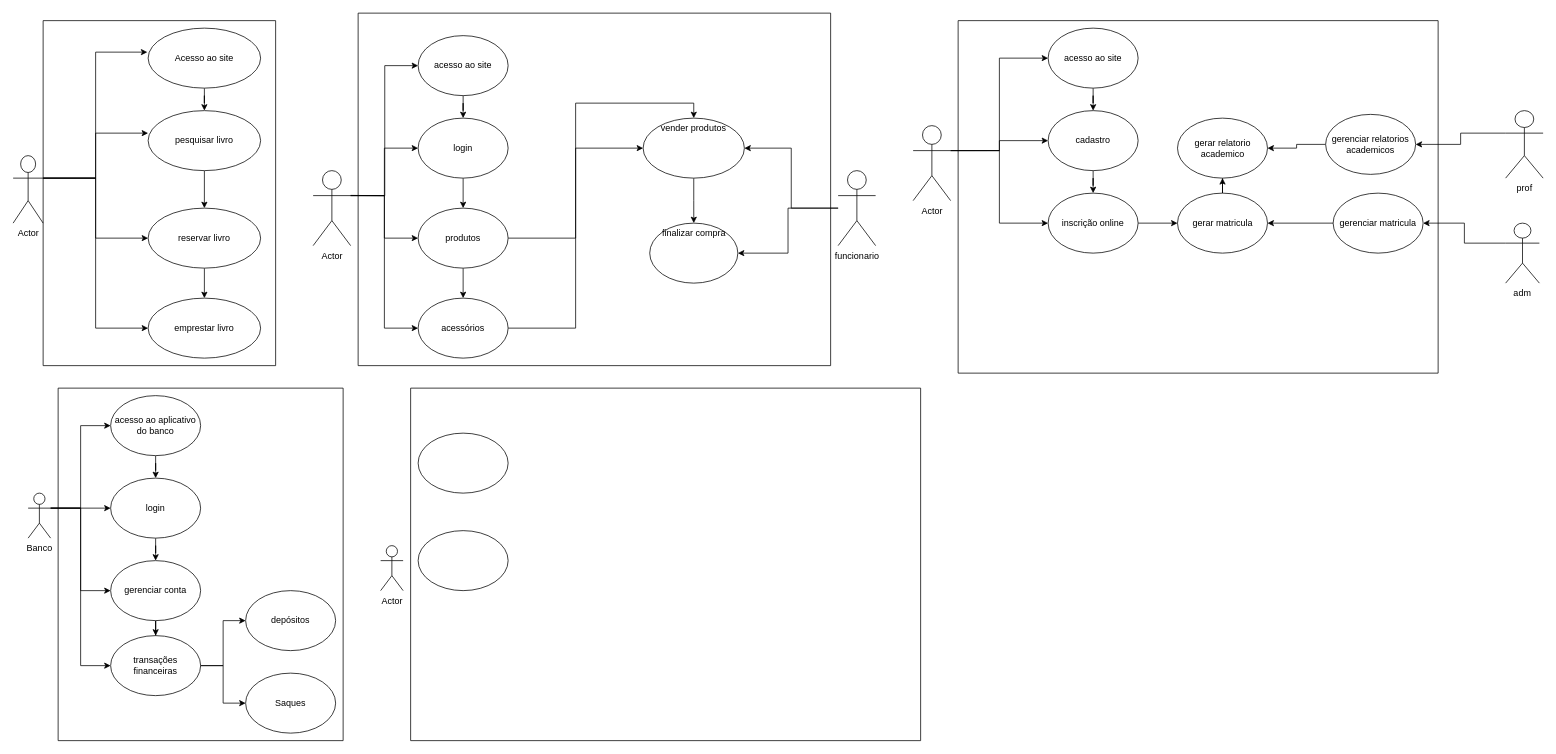
This is Diagrama sem nome.drawio from mthzn22/aulaBootstrap, a draw.io file, before an edit. Source tidied: cells renumbered, new cells numbered last; positions are measured from the earlier drawing's top-left corner, leaving out a move shared by most shapes. Both pictures are drawn from the tidied source at 75%, with x=0, y=0 at pixel (13, 13).
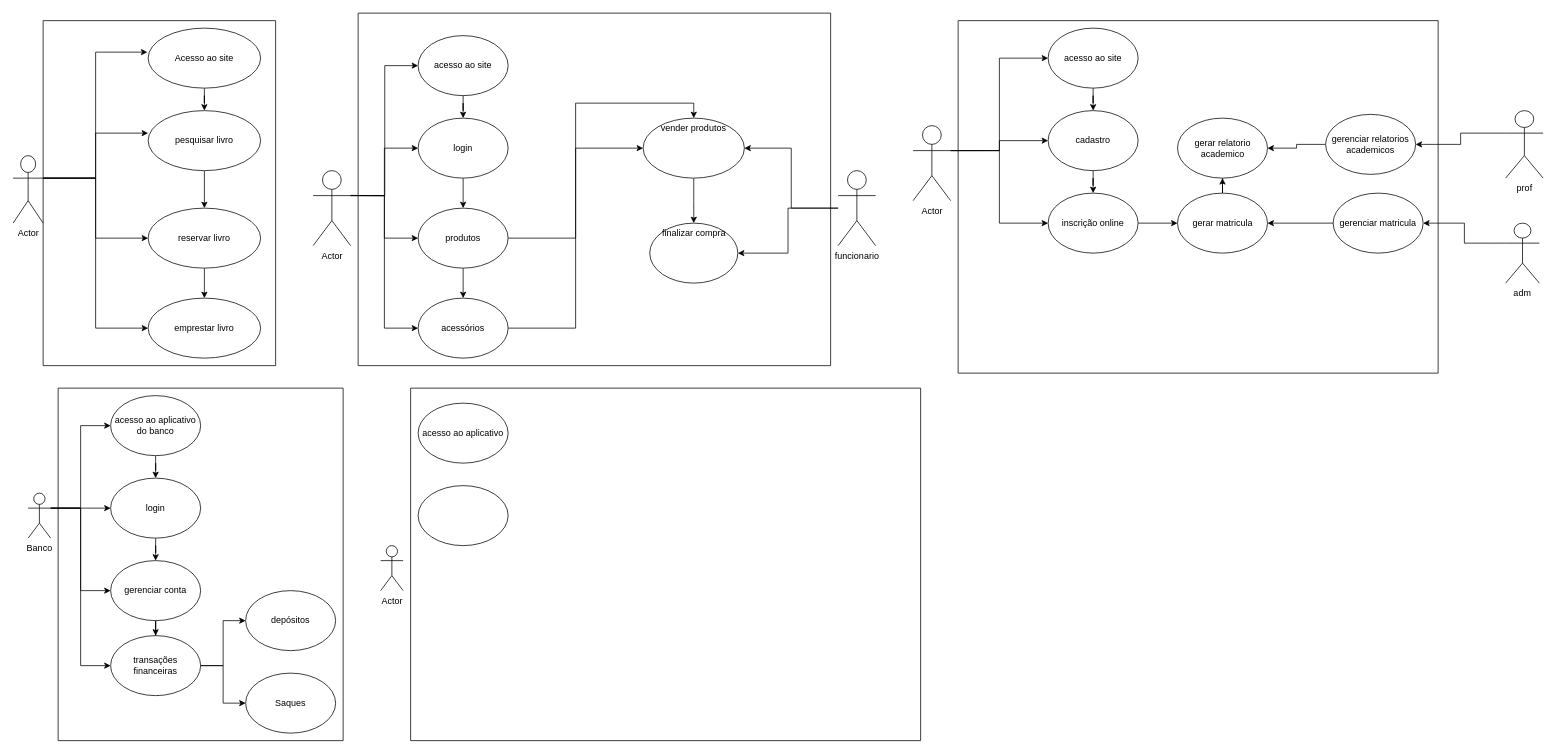
Above is the later version.

The change refers to these unchanged cells:
```xml
<mxCell id="76" style="swimlane;startSize=0;" parent="1" vertex="1">
  <mxGeometry x="530" y="500" width="680" height="470" as="geometry" />
</mxCell>
```

The edit, as a diff of the source:
```diff
@@
-    <mxCell id="77" style="ellipse;whiteSpace=wrap;html=1;" parent="76" vertex="1">
-      <mxGeometry x="10" y="60" width="120" height="80" as="geometry" />
+    <mxCell id="77" value="acesso ao aplicativo" style="ellipse;whiteSpace=wrap;html=1;" parent="76" vertex="1">
+      <mxGeometry x="10" y="20" width="120" height="80" as="geometry" />
     </mxCell>
     <mxCell id="78" style="ellipse;whiteSpace=wrap;html=1;" parent="76" vertex="1">
-      <mxGeometry x="10" y="190" width="120" height="80" as="geometry" />
+      <mxGeometry x="10" y="130" width="120" height="80" as="geometry" />
     </mxCell>
```
